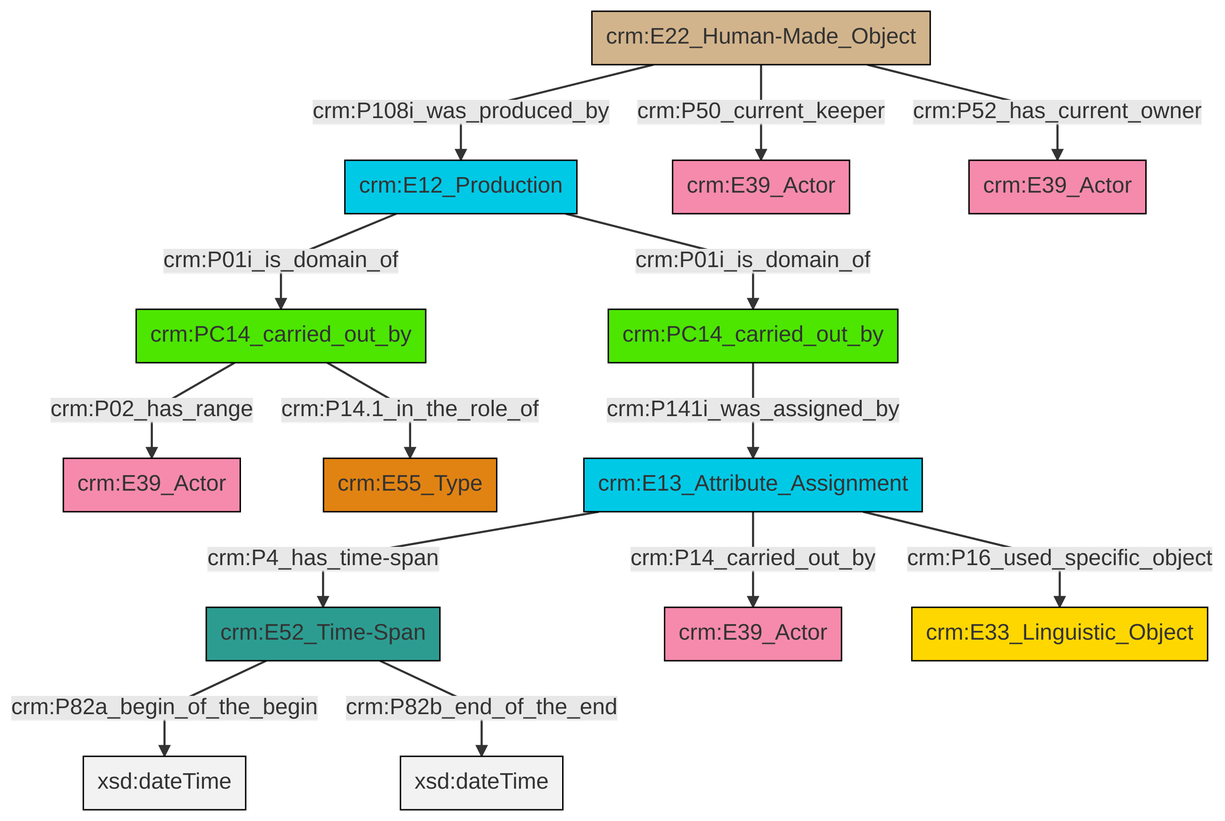
Before: et/carrierCSV/ttl/mmd/png/carrier_relations.png, a diagram exported from Mermaid (swiss-art-research-net/docs.swissartresearch). Its source is kept beside it as et/carrierCSV/ttl/mmd/carrier_relations.ttl.mmd.
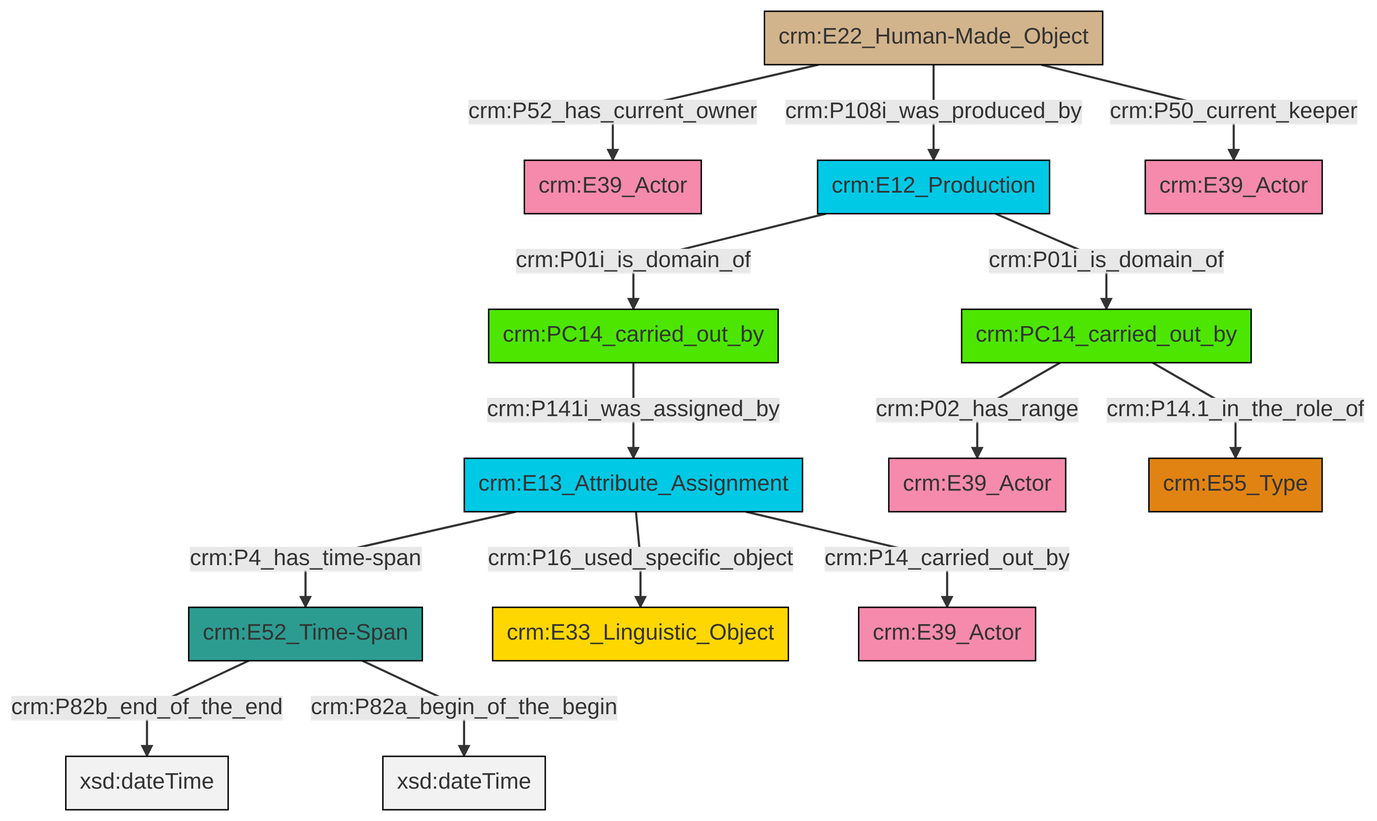
After the change.

What changed in the source:
```diff
@@ -13,16 +13,16 @@
 classDef PC_Classes fill:#4ce600, stroke:#000000;
 classDef Multi fill:#cccccc,stroke:#000000;
 
-6["crm:E13_Attribute_Assignment"]:::Temporal_Entity -->|crm:P4_has_time-span| 7["crm:E52_Time-Span"]:::Time-Span
-4["crm:PC14_carried_out_by"]:::PC_Classes -->|crm:P02_has_range| 10["crm:E39_Actor"]:::Actor
-11["crm:E12_Production"]:::Temporal_Entity -->|crm:P01i_is_domain_of| 4["crm:PC14_carried_out_by"]:::PC_Classes
-11["crm:E12_Production"]:::Temporal_Entity -->|crm:P01i_is_domain_of| 12["crm:PC14_carried_out_by"]:::PC_Classes
-6["crm:E13_Attribute_Assignment"]:::Temporal_Entity -->|crm:P14_carried_out_by| 18["crm:E39_Actor"]:::Actor
-13["crm:E22_Human-Made_Object"]:::Physical_Thing -->|crm:P108i_was_produced_by| 11["crm:E12_Production"]:::Temporal_Entity
-13["crm:E22_Human-Made_Object"]:::Physical_Thing -->|crm:P50_current_keeper| 19["crm:E39_Actor"]:::Actor
-4["crm:PC14_carried_out_by"]:::PC_Classes -->|crm:P14.1_in_the_role_of| 0["crm:E55_Type"]:::Type
-6["crm:E13_Attribute_Assignment"]:::Temporal_Entity -->|crm:P16_used_specific_object| 15["crm:E33_Linguistic_Object"]:::Conceptual_Object
-7["crm:E52_Time-Span"]:::Time-Span -->|crm:P82a_begin_of_the_begin| 20[xsd:dateTime]:::Literal
-12["crm:PC14_carried_out_by"]:::PC_Classes -->|crm:P141i_was_assigned_by| 6["crm:E13_Attribute_Assignment"]:::Temporal_Entity
-7["crm:E52_Time-Span"]:::Time-Span -->|crm:P82b_end_of_the_end| 21[xsd:dateTime]:::Literal
-13["crm:E22_Human-Made_Object"]:::Physical_Thing -->|crm:P52_has_current_owner| 2["crm:E39_Actor"]:::Actor
+2["crm:E52_Time-Span"]:::Time-Span -->|crm:P82b_end_of_the_end| 3[xsd:dateTime]:::Literal
+4["crm:PC14_carried_out_by"]:::PC_Classes -->|crm:P141i_was_assigned_by| 5["crm:E13_Attribute_Assignment"]:::Temporal_Entity
+5["crm:E13_Attribute_Assignment"]:::Temporal_Entity -->|crm:P16_used_specific_object| 6["crm:E33_Linguistic_Object"]:::Conceptual_Object
+7["crm:PC14_carried_out_by"]:::PC_Classes -->|crm:P02_has_range| 8["crm:E39_Actor"]:::Actor
+5["crm:E13_Attribute_Assignment"]:::Temporal_Entity -->|crm:P14_carried_out_by| 9["crm:E39_Actor"]:::Actor
+10["crm:E12_Production"]:::Temporal_Entity -->|crm:P01i_is_domain_of| 4["crm:PC14_carried_out_by"]:::PC_Classes
+2["crm:E52_Time-Span"]:::Time-Span -->|crm:P82a_begin_of_the_begin| 13[xsd:dateTime]:::Literal
+14["crm:E22_Human-Made_Object"]:::Physical_Thing -->|crm:P108i_was_produced_by| 10["crm:E12_Production"]:::Temporal_Entity
+14["crm:E22_Human-Made_Object"]:::Physical_Thing -->|crm:P52_has_current_owner| 0["crm:E39_Actor"]:::Actor
+5["crm:E13_Attribute_Assignment"]:::Temporal_Entity -->|crm:P4_has_time-span| 2["crm:E52_Time-Span"]:::Time-Span
+7["crm:PC14_carried_out_by"]:::PC_Classes -->|crm:P14.1_in_the_role_of| 19["crm:E55_Type"]:::Type
+14["crm:E22_Human-Made_Object"]:::Physical_Thing -->|crm:P50_current_keeper| 21["crm:E39_Actor"]:::Actor
+10["crm:E12_Production"]:::Temporal_Entity -->|crm:P01i_is_domain_of| 7["crm:PC14_carried_out_by"]:::PC_Classes
```
